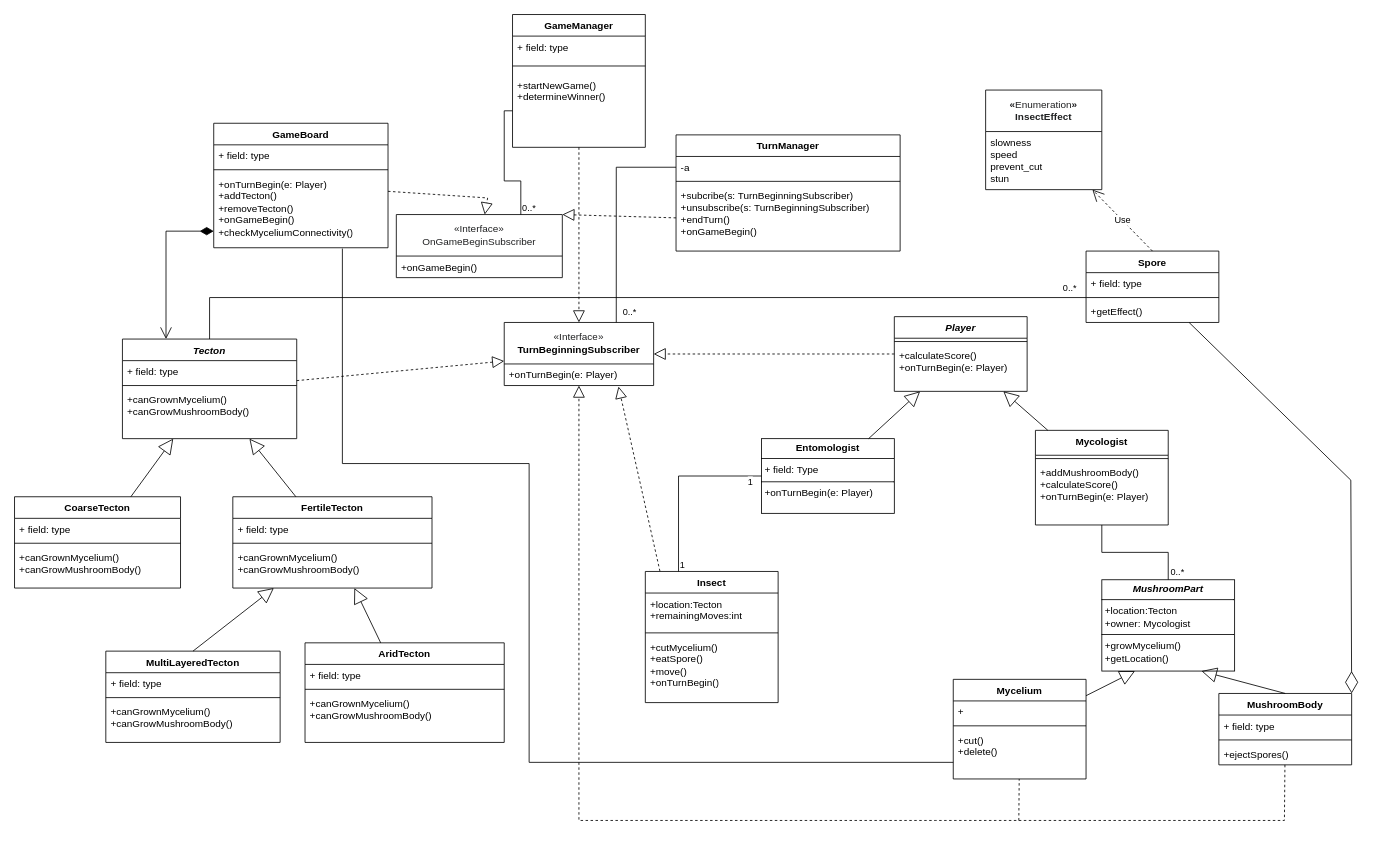
Earlier version of the draw.io diagram Fungrorium_ClassDiagram.drawio (koharzsombor/bandITs). Source tidied: cells renumbered, new cells numbered last; positions are measured from the earlier drawing's top-left corner, leaving out a move shared by most shapes. Both pictures are drawn from the tidied source at 83%, with x=0, y=0 at pixel (14, 14).
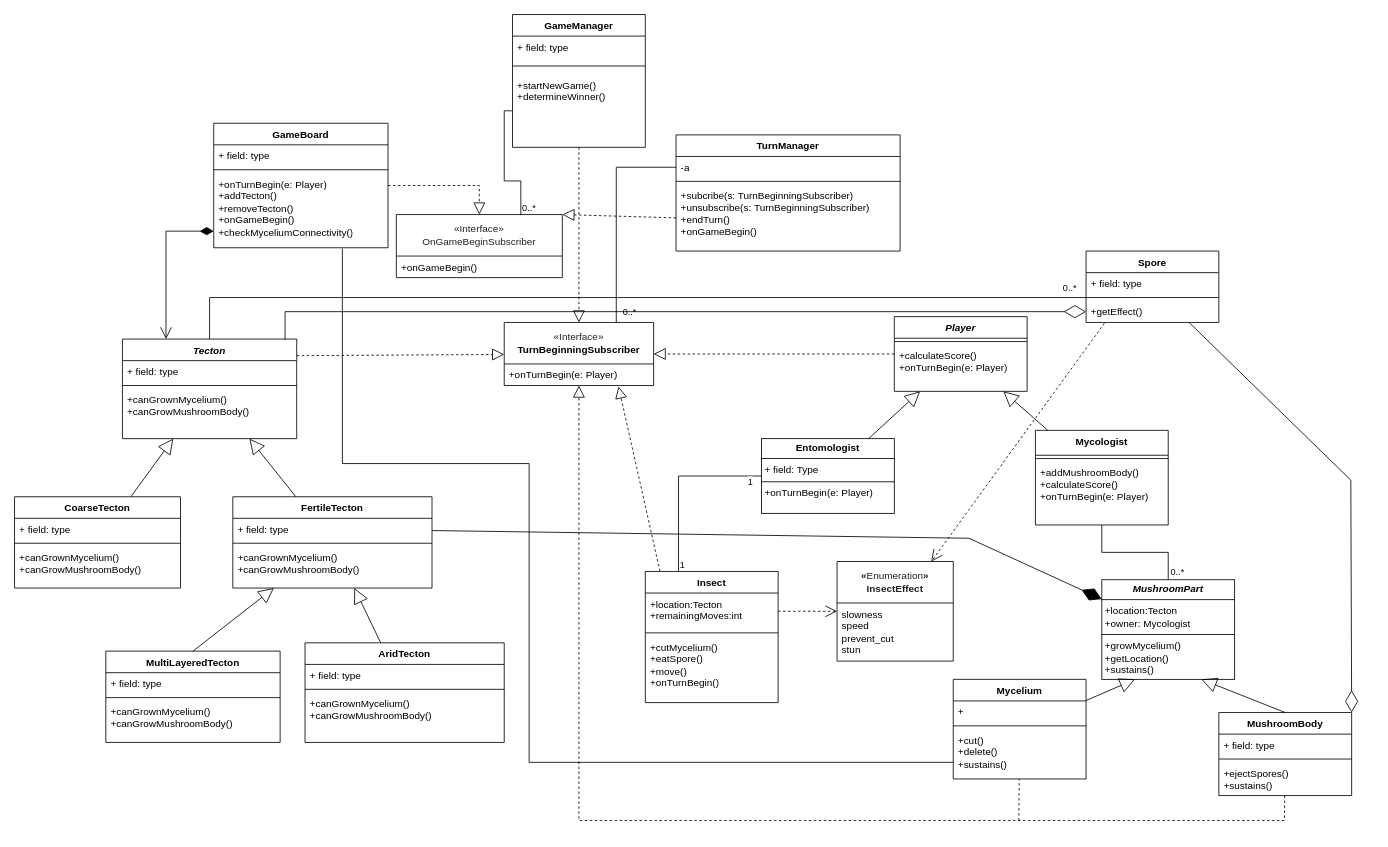
Above is the later version.

Commit message:
#8 Diagramm kiegészítése

The change refers to these unchanged cells:
```xml
<mxCell id="2" value="&lt;i style=&quot;&quot;&gt;Tecton&lt;/i&gt;" style="swimlane;fontStyle=1;align=center;verticalAlign=top;horizontal=1;startSize=26;whiteSpace=wrap;html=1;" parent="1" vertex="1">
  <mxGeometry x="130" y="391" width="210" height="120" as="geometry" />
</mxCell>
<mxCell id="11" value="+ field: type" style="text;strokeColor=none;fillColor=none;align=left;verticalAlign=top;spacingLeft=4;spacingRight=4;overflow=hidden;points=[[0,0.5],[1,0.5]];portConstraint=eastwest;whiteSpace=wrap;html=1;" parent="10" vertex="1">
  <mxGeometry y="26" width="240" height="26" as="geometry" />
</mxCell>
<mxCell id="28" value="Mycelium" style="swimlane;fontStyle=1;align=center;verticalAlign=top;horizontal=1;startSize=26;whiteSpace=wrap;html=1;" parent="1" vertex="1">
  <mxGeometry x="1131" y="801" width="160" height="120" as="geometry" />
</mxCell>
<mxCell id="38" value="Spore" style="swimlane;fontStyle=1;align=center;verticalAlign=top;horizontal=1;startSize=26;whiteSpace=wrap;html=1;" parent="1" vertex="1">
  <mxGeometry x="1291" y="285" width="160" height="86" as="geometry" />
</mxCell>
<mxCell id="41" value="+getEffect()" style="text;strokeColor=none;fillColor=none;align=left;verticalAlign=top;spacingLeft=4;spacingRight=4;overflow=hidden;points=[[0,0.5],[1,0.5]];portConstraint=eastwest;whiteSpace=wrap;html=1;" parent="38" vertex="1">
  <mxGeometry y="60" width="160" height="26" as="geometry" />
</mxCell>
<mxCell id="43" value="+location:Tecton&lt;div&gt;+remainingMoves:int&lt;/div&gt;" style="text;strokeColor=none;fillColor=none;align=left;verticalAlign=top;spacingLeft=4;spacingRight=4;overflow=hidden;points=[[0,0.5],[1,0.5]];portConstraint=eastwest;whiteSpace=wrap;html=1;" parent="42" vertex="1">
  <mxGeometry y="26" width="160" height="44" as="geometry" />
</mxCell>
<mxCell id="65" value="&lt;font style=&quot;font-weight: 700;&quot;&gt;&lt;span style=&quot;font-weight: 400; color: rgb(32, 33, 34); font-family: sans-serif; text-align: start; background-color: rgb(255, 255, 255);&quot;&gt;«&lt;/span&gt;&lt;span style=&quot;color: rgb(32, 33, 34); font-family: sans-serif; text-align: start; background-color: rgb(255, 255, 255); font-weight: 400;&quot;&gt;Interface&lt;/span&gt;&lt;span style=&quot;font-weight: 400; color: rgb(32, 33, 34); font-family: sans-serif; text-align: start; background-color: rgb(255, 255, 255);&quot;&gt;»&lt;/span&gt;&lt;/font&gt;&lt;div style=&quot;font-weight: 700; text-align: start;&quot;&gt;&lt;font face=&quot;sans-serif&quot;&gt;&lt;span style=&quot;background-color: rgb(255, 255, 255);&quot;&gt;TurnBeginningSubscriber&lt;/span&gt;&lt;/font&gt;&lt;/div&gt;" style="swimlane;fontStyle=0;horizontal=1;startSize=50;fillColor=none;whiteSpace=wrap;html=1;" parent="1" vertex="1">
  <mxGeometry x="590" y="371" width="180" height="76" as="geometry" />
</mxCell>
<mxCell id="82" value="GameBoard" style="swimlane;fontStyle=1;align=center;verticalAlign=top;horizontal=1;startSize=26;whiteSpace=wrap;html=1;" parent="1" vertex="1">
  <mxGeometry x="240" y="131" width="210" height="150" as="geometry" />
</mxCell>
<mxCell id="88" value="&lt;font style=&quot;font-weight: 700;&quot;&gt;&lt;span style=&quot;font-weight: 400; color: rgb(32, 33, 34); font-family: sans-serif; text-align: start; background-color: rgb(255, 255, 255);&quot;&gt;«&lt;/span&gt;&lt;span style=&quot;color: rgb(32, 33, 34); font-family: sans-serif; text-align: start; background-color: rgb(255, 255, 255); font-weight: 400;&quot;&gt;Interface&lt;/span&gt;&lt;span style=&quot;font-weight: 400; color: rgb(32, 33, 34); font-family: sans-serif; text-align: start; background-color: rgb(255, 255, 255);&quot;&gt;»&lt;/span&gt;&lt;/font&gt;&lt;div&gt;&lt;font style=&quot;font-weight: 700;&quot;&gt;&lt;span style=&quot;font-weight: 400; color: rgb(32, 33, 34); font-family: sans-serif; text-align: start; background-color: rgb(255, 255, 255);&quot;&gt;OnGameBeginSubscriber&lt;/span&gt;&lt;/font&gt;&lt;/div&gt;" style="swimlane;fontStyle=0;horizontal=1;startSize=50;fillColor=none;whiteSpace=wrap;html=1;" parent="1" vertex="1">
  <mxGeometry x="460" y="241" width="200" height="76" as="geometry" />
</mxCell>
```

The edit, as a diff of the source:
```diff
@@
-    <mxCell id="26" value="&lt;p style=&quot;margin:0px;margin-top:4px;text-align:center;&quot;&gt;&lt;b&gt;&lt;i&gt;MushroomPart&lt;/i&gt;&lt;/b&gt;&lt;/p&gt;&lt;hr size=&quot;1&quot; style=&quot;border-style:solid;&quot;&gt;&lt;p style=&quot;margin:0px;margin-left:4px;&quot;&gt;+location:Tecton&lt;/p&gt;&lt;p style=&quot;margin:0px;margin-left:4px;&quot;&gt;+owner: Mycologist&lt;/p&gt;&lt;hr size=&quot;1&quot; style=&quot;border-style:solid;&quot;&gt;&lt;p style=&quot;margin:0px;margin-left:4px;&quot;&gt;+growMycelium()&lt;/p&gt;&lt;p style=&quot;margin:0px;margin-left:4px;&quot;&gt;+getLocation()&lt;/p&gt;" style="verticalAlign=top;align=left;overflow=fill;html=1;whiteSpace=wrap;" parent="1" vertex="1">
-      <mxGeometry x="1310" y="681" width="160" height="110" as="geometry" />
+    <mxCell id="26" value="&lt;p style=&quot;margin:0px;margin-top:4px;text-align:center;&quot;&gt;&lt;b&gt;&lt;i&gt;MushroomPart&lt;/i&gt;&lt;/b&gt;&lt;/p&gt;&lt;hr size=&quot;1&quot; style=&quot;border-style:solid;&quot;&gt;&lt;p style=&quot;margin:0px;margin-left:4px;&quot;&gt;+location:Tecton&lt;/p&gt;&lt;p style=&quot;margin:0px;margin-left:4px;&quot;&gt;+owner: Mycologist&lt;/p&gt;&lt;hr size=&quot;1&quot; style=&quot;border-style:solid;&quot;&gt;&lt;p style=&quot;margin:0px;margin-left:4px;&quot;&gt;+growMycelium()&lt;/p&gt;&lt;p style=&quot;margin:0px;margin-left:4px;&quot;&gt;+getLocation()&lt;/p&gt;&lt;p style=&quot;margin:0px;margin-left:4px;&quot;&gt;+sustains()&lt;/p&gt;" style="verticalAlign=top;align=left;overflow=fill;html=1;whiteSpace=wrap;" parent="1" vertex="1">
+      <mxGeometry x="1310" y="681" width="160" height="120" as="geometry" />
     </mxCell>
@@
-    <mxCell id="31" value="&lt;div&gt;+cut()&lt;/div&gt;+delete()" style="text;strokeColor=none;fillColor=none;align=left;verticalAlign=top;spacingLeft=4;spacingRight=4;overflow=hidden;whiteSpace=wrap;html=1;" parent="28" vertex="1">
+    <mxCell id="31" value="&lt;div&gt;+cut()&lt;/div&gt;&lt;div&gt;+delete()&lt;/div&gt;&lt;div&gt;+sustains()&lt;/div&gt;" style="text;strokeColor=none;fillColor=none;align=left;verticalAlign=top;spacingLeft=4;spacingRight=4;overflow=hidden;whiteSpace=wrap;html=1;" parent="28" vertex="1">
       <mxGeometry y="60" width="160" height="60" as="geometry" />
     </mxCell>
     <mxCell id="32" value="MushroomBody" style="swimlane;fontStyle=1;align=center;verticalAlign=top;horizontal=1;startSize=26;whiteSpace=wrap;html=1;" parent="1" vertex="1">
-      <mxGeometry x="1451" y="818" width="160" height="86" as="geometry" />
+      <mxGeometry x="1451" y="841" width="160" height="100" as="geometry" />
     </mxCell>
@@
-    <mxCell id="35" value="&lt;div&gt;+ejectSpores()&lt;/div&gt;" style="text;strokeColor=none;fillColor=none;align=left;verticalAlign=top;spacingLeft=4;spacingRight=4;overflow=hidden;whiteSpace=wrap;html=1;" parent="32" vertex="1">
-      <mxGeometry y="60" width="160" height="26" as="geometry" />
+    <mxCell id="35" value="&lt;div&gt;+ejectSpores()&lt;/div&gt;&lt;div&gt;+sustains()&lt;/div&gt;" style="text;strokeColor=none;fillColor=none;align=left;verticalAlign=top;spacingLeft=4;spacingRight=4;overflow=hidden;whiteSpace=wrap;html=1;" parent="32" vertex="1">
+      <mxGeometry y="60" width="160" height="40" as="geometry" />
     </mxCell>
@@
     <mxCell id="59" value="&lt;font&gt;&lt;b style=&quot;color: rgb(32, 33, 34); font-family: sans-serif; text-align: start; background-color: rgb(255, 255, 255);&quot;&gt;«&lt;/b&gt;&lt;span style=&quot;color: rgb(32, 33, 34); font-family: sans-serif; text-align: start; background-color: rgb(255, 255, 255);&quot;&gt;&lt;font style=&quot;&quot;&gt;Enumeration&lt;/font&gt;&lt;/span&gt;&lt;b style=&quot;color: rgb(32, 33, 34); font-family: sans-serif; text-align: start; background-color: rgb(255, 255, 255);&quot;&gt;»&lt;/b&gt;&lt;/font&gt;&lt;div&gt;&lt;font&gt;&lt;b style=&quot;color: rgb(32, 33, 34); font-family: sans-serif; text-align: start; background-color: rgb(255, 255, 255);&quot;&gt;InsectEffect&lt;/b&gt;&lt;/font&gt;&lt;/div&gt;" style="swimlane;fontStyle=0;horizontal=1;startSize=50;fillColor=none;whiteSpace=wrap;html=1;" parent="1" vertex="1">
-      <mxGeometry x="1170" y="91" width="140" height="120" as="geometry" />
+      <mxGeometry x="991" y="659" width="140" height="120" as="geometry" />
     </mxCell>
@@
-    <mxCell id="61" value="Use" style="endArrow=open;endSize=12;dashed=1;html=1;rounded=0;exitX=0.5;exitY=0;exitDx=0;exitDy=0;" parent="1" edge="1" source="38" target="59">
+    <mxCell id="61" style="endArrow=open;endSize=12;dashed=1;html=1;rounded=0;exitX=0.138;exitY=1.038;exitDx=0;exitDy=0;exitPerimeter=0;" parent="1" edge="1" source="41" target="59">
       <mxGeometry relative="1" as="geometry" />
     </mxCell>
@@
-    <mxCell id="68" style="endArrow=block;dashed=1;endFill=0;endSize=12;html=1;rounded=0;" parent="1" edge="1" source="2" target="65">
+    <mxCell id="68" style="endArrow=block;dashed=1;endFill=0;endSize=12;html=1;rounded=0;exitX=1;exitY=0.167;exitDx=0;exitDy=0;exitPerimeter=0;" parent="1" edge="1" source="2" target="65">
       <mxGeometry relative="1" as="geometry" />
     </mxCell>
@@
     <mxCell id="90" style="endArrow=block;dashed=1;endFill=0;endSize=12;html=1;rounded=0;" parent="1" edge="1" source="82" target="88">
       <mxGeometry relative="1" as="geometry">
         <Array as="points">
-          <mxPoint x="570" y="221" />
+          <mxPoint x="560" y="206" />
         </Array>
       </mxGeometry>
     </mxCell>
@@
+    <mxCell id="96" style="endArrow=diamondThin;endFill=0;endSize=24;html=1;rounded=0;entryX=0;entryY=0.5;entryDx=0;entryDy=0;exitX=0.933;exitY=0.008;exitDx=0;exitDy=0;exitPerimeter=0;" parent="1" edge="1" source="2" target="41">
+      <mxGeometry relative="1" as="geometry">
+        <Array as="points">
+          <mxPoint x="326" y="358" />
+        </Array>
+      </mxGeometry>
+    </mxCell>
+    <mxCell id="97" style="endArrow=diamondThin;endFill=1;endSize=24;html=1;rounded=0;" parent="1" edge="1" source="11" target="26">
+      <mxGeometry relative="1" as="geometry">
+        <Array as="points">
+          <mxPoint x="1150" y="631" />
+        </Array>
+      </mxGeometry>
+    </mxCell>
+    <mxCell id="98" style="endArrow=open;endSize=12;dashed=1;html=1;rounded=0;" parent="1" edge="1" source="43" target="59">
+      <mxGeometry relative="1" as="geometry" />
+    </mxCell>
```
